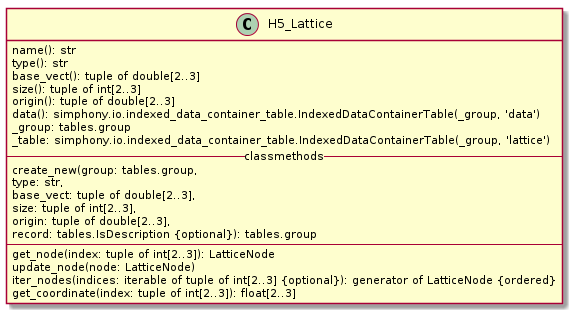
simphony/simphony-common keeps this PlantUML diagram as doc/source/images/h5lattice.png. Above is the earlier version.
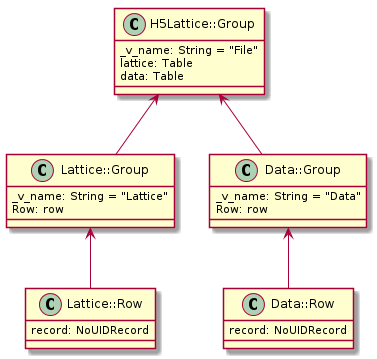
Later version of the same file.

Commit message:
New lattice diagram and updated images

Diff of the diagram source:
```diff
@@ -1,24 +1,33 @@
 @startuml
-class H5_Lattice {
-   name(): str
-   type(): str
-   base_vect(): tuple of double[2..3]
-   size(): tuple of int[2..3]
-   origin(): tuple of double[2..3]
-   data(): simphony.io.indexed_data_container_table.IndexedDataContainerTable(_group, 'data')
-   _group: tables.group
-   _table: simphony.io.indexed_data_container_table.IndexedDataContainerTable(_group, 'lattice')
-   -- classmethods --
-   create_new(group: tables.group,
-              type: str,
-              base_vect: tuple of double[2..3],
-              size: tuple of int[2..3],
-              origin: tuple of double[2..3],
-              record: tables.IsDescription {optional}): tables.group
-   --
-   get_node(index: tuple of int[2..3]): LatticeNode
-   update_node(node: LatticeNode)
-   iter_nodes(indices: iterable of tuple of int[2..3] {optional}): generator of LatticeNode {ordered}
-   get_coordinate(index: tuple of int[2..3]): float[2..3]
+class H5Lattice as "H5Lattice::Group" {
+  _v_name: String = "File"
+  lattice: Table
+  data: Table
 }
+
+class Lattice as "Lattice::Group" {
+  _v_name: String = "Lattice"
+  Row: row
+}
+
+class Data as "Data::Group" {
+  _v_name: String = "Data"
+  Row: row
+}
+
+class LatticeRow as "Lattice::Row" {
+  record: NoUIDRecord
+}
+
+class DataRow as "Data::Row" {
+  record: NoUIDRecord
+}
+
+
+H5Lattice <-- Lattice
+H5Lattice <-- Data
+
+Lattice <-- LatticeRow
+Data <-- DataRow
+
 @enduml
```
